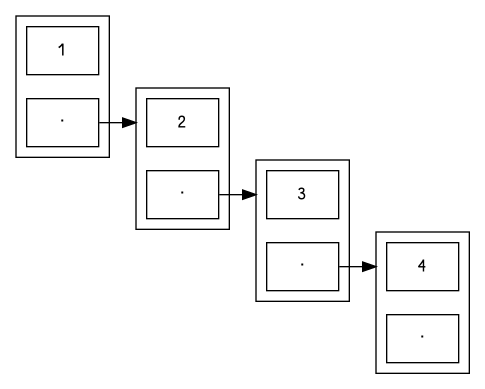
The Graphviz diagram exercises/ex-2-24-box-pointer.png in patrickbucher/sicp, before a commit. Its source is kept beside it as exercises/ex-2-24-box-pointer.dot.
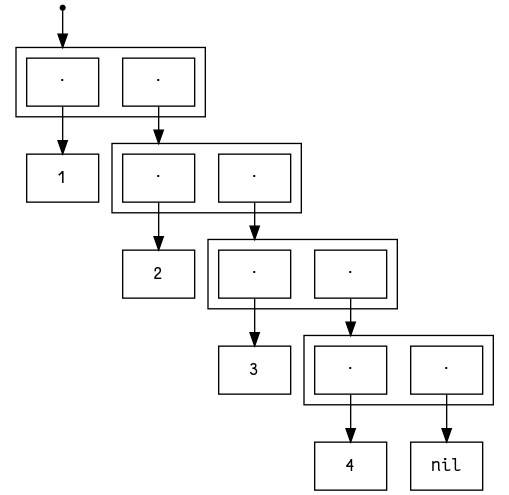
Later version of the same file.

Commit message:
exercise 2.24: improved box/pointer graph

Diff of the diagram source:
```diff
@@ -1,26 +1,38 @@
 digraph box_pointer {
-    rankdir=LR;
     compound=true; // allow to connect clusters
     node [shape=rect;fontname="Fantasque Sans Mono"];
 
-    subgraph cluster_A {
-        A [label="1"];
+    subgraph cluster_one {
+        A [label="⋅"];
         B [label="⋅"];
     }
-    subgraph cluster_B {
-        C [label="2"];
+    subgraph cluster_two {
+        C [label="⋅"];
         D [label="⋅"];
     }
-    subgraph cluster_C {
-        E [label="3"];
+    subgraph cluster_three {
+        E [label="⋅"];
         F [label="⋅"];
     }
-    subgraph cluster_D {
-        G [label="4"];
+    subgraph cluster_four {
+        G [label="⋅"];
         H [label="⋅"];
     }
 
-    B -> C [lhead=cluster_B];
-    D -> E [lhead=cluster_C];
-    F -> G [lhead=cluster_D];
+    Start [shape=point];
+    One [label="1"];
+    Two [label="2"];
+    Three [label="3"];
+    Four [label="4"];
+    nil [label="nil";rect=plaintext];
+
+    Start -> A [lhead=cluster_one];
+    A -> One;
+    B -> C [lhead=cluster_two];
+    C -> Two;
+    D -> E [lhead=cluster_three];
+    E -> Three;
+    F -> G [lhead=cluster_four];
+    G -> Four;
+    H -> nil;
 }
```
